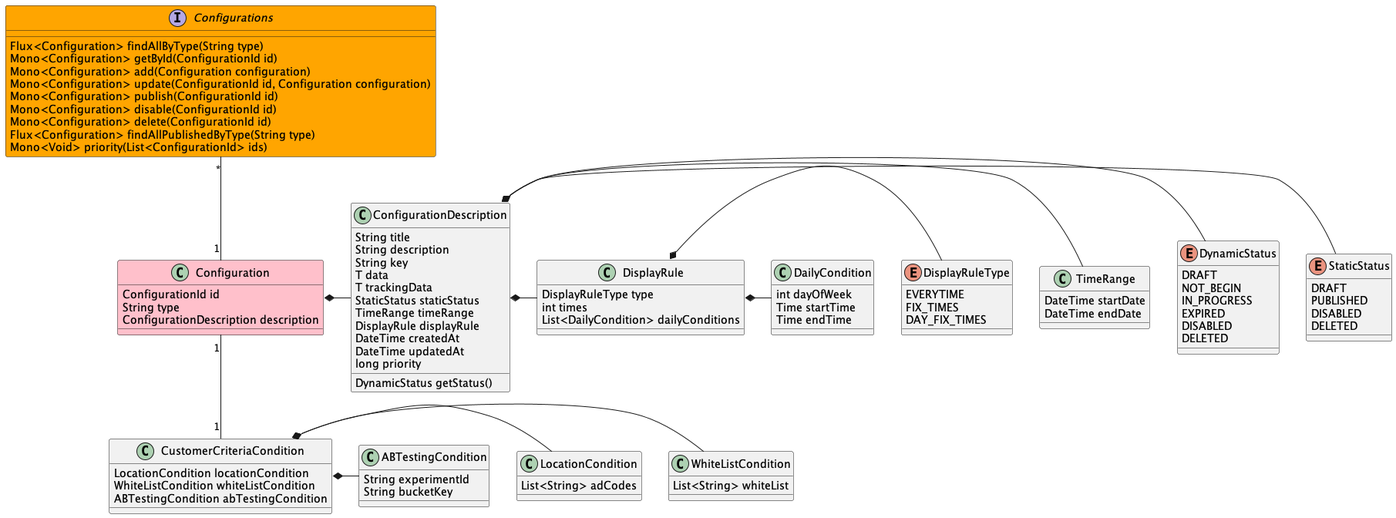
This is resource/domain-admin.png from pc-dong/app-provision, a PlantUML export, as it was before one commit. The source it was exported from:
```plantuml
@startuml

interface Configurations #orange {
    Flux<Configuration> findAllByType(String type)
    Mono<Configuration> getById(ConfigurationId id)
    Mono<Configuration> add(Configuration configuration)
    Mono<Configuration> update(ConfigurationId id, Configuration configuration)
    Mono<Configuration> publish(ConfigurationId id)
    Mono<Configuration> disable(ConfigurationId id)
    Mono<Configuration> delete(ConfigurationId id)
    Flux<Configuration> findAllPublishedByType(String type)
    Mono<Void> priority(List<ConfigurationId> ids)
}



class Configuration #pink {
    ConfigurationId id
    String type
    ConfigurationDescription description
}

class CustomerCriteriaCondition {
    LocationCondition locationCondition
    WhiteListCondition whiteListCondition
    ABTestingCondition abTestingCondition
}



class WhiteListCondition {
    List<String> whiteList
}

class LocationCondition {
    List<String> adCodes
}

class ABTestingCondition {
    String experimentId
    String bucketKey
}

class ConfigurationDescription {
    String title
    String description
    String key
    T data
    T trackingData
    StaticStatus staticStatus
    TimeRange timeRange
    DisplayRule displayRule
    DateTime createdAt
    DateTime updatedAt
    long priority

    DynamicStatus getStatus()
}

class DisplayRule {
    DisplayRuleType type
    int times
    List<DailyCondition> dailyConditions
}

enum DisplayRuleType {
    EVERYTIME
    FIX_TIMES
    DAY_FIX_TIMES
}

class DailyCondition {
    int dayOfWeek
    Time startTime
    Time endTime
}

class TimeRange {
    DateTime startDate
    DateTime endDate
}

enum StaticStatus {
    DRAFT
    PUBLISHED
    DISABLED
    DELETED
}

enum DynamicStatus {
    DRAFT
    NOT_BEGIN
    IN_PROGRESS
    EXPIRED
    DISABLED
    DELETED
}

CustomerCriteriaCondition *- WhiteListCondition
CustomerCriteriaCondition *- LocationCondition
CustomerCriteriaCondition *- ABTestingCondition

Configurations "*" -- "1" Configuration
Configuration *- ConfigurationDescription
Configuration "1" -- "1" CustomerCriteriaCondition

ConfigurationDescription *- StaticStatus
ConfigurationDescription o- DynamicStatus
ConfigurationDescription *- TimeRange
ConfigurationDescription *- DisplayRule
DisplayRule *- DisplayRuleType
DisplayRule *- DailyCondition




@enduml
```
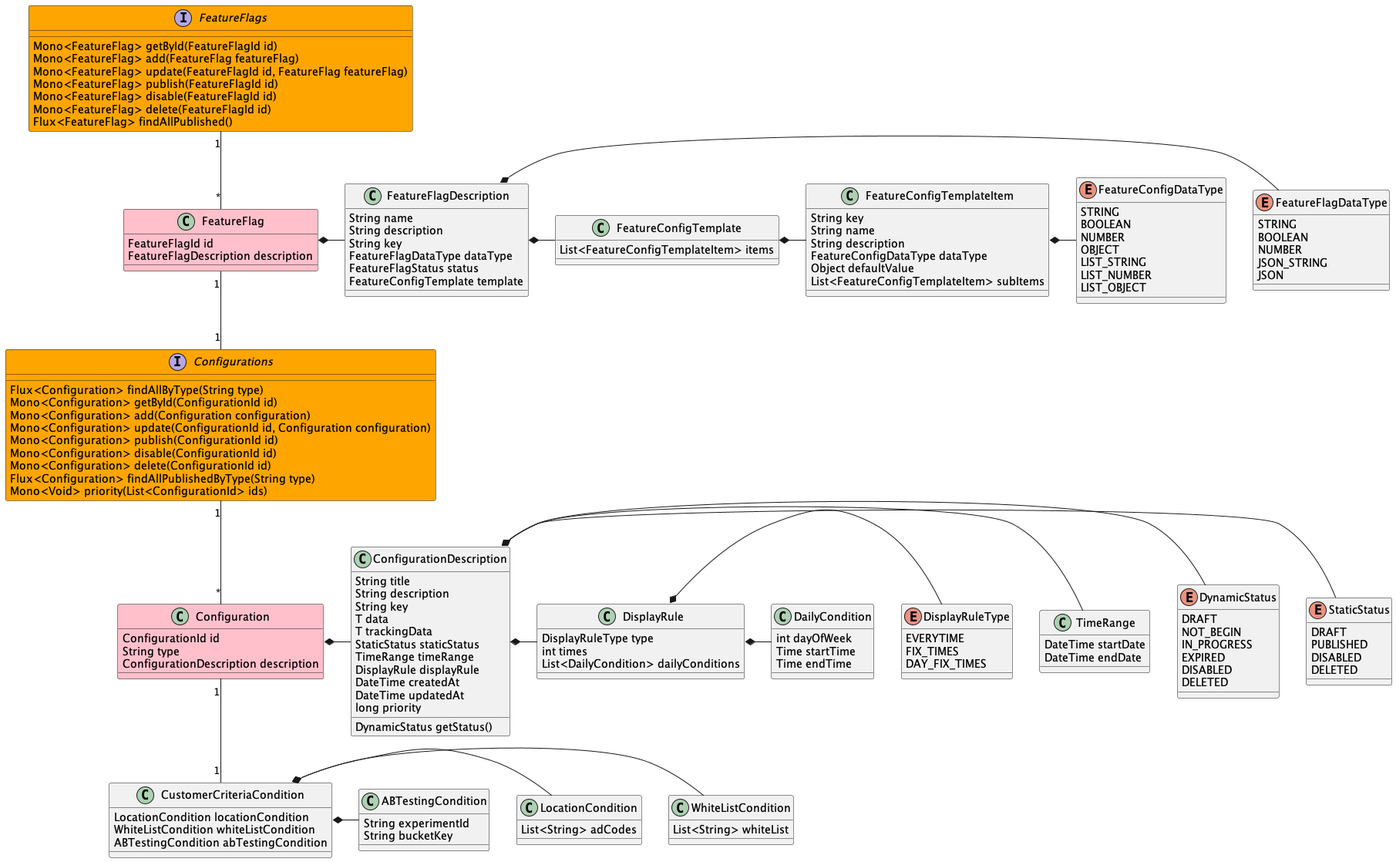
Later version of the same file.

Commit message:
admin diagram add FeatureFlag

Change to the diagram source:
```diff
@@ -11,7 +11,6 @@
     Flux<Configuration> findAllPublishedByType(String type)
     Mono<Void> priority(List<ConfigurationId> ids)
 }
-
 
 
 class Configuration #pink {
@@ -100,7 +99,7 @@
 CustomerCriteriaCondition *- LocationCondition
 CustomerCriteriaCondition *- ABTestingCondition
 
-Configurations "*" -- "1" Configuration
+Configurations "1" -- "*" Configuration
 Configuration *- ConfigurationDescription
 Configuration "1" -- "1" CustomerCriteriaCondition
 
@@ -112,6 +111,67 @@
 DisplayRule *- DailyCondition
 
 
+interface FeatureFlags #orange {
+    Mono<FeatureFlag> getById(FeatureFlagId id)
+    Mono<FeatureFlag> add(FeatureFlag featureFlag)
+    Mono<FeatureFlag> update(FeatureFlagId id, FeatureFlag featureFlag)
+    Mono<FeatureFlag> publish(FeatureFlagId id)
+    Mono<FeatureFlag> disable(FeatureFlagId id)
+    Mono<FeatureFlag> delete(FeatureFlagId id)
+    Flux<FeatureFlag> findAllPublished()
+    }
 
+class FeatureFlag #pink {
+    FeatureFlagId id
+    FeatureFlagDescription description
+}
+
+class FeatureFlagDescription {
+    String name
+    String description
+    String key
+    FeatureFlagDataType dataType
+    FeatureFlagStatus status
+    FeatureConfigTemplate template
+}
+
+enum FeatureFlagDataType {
+    STRING
+    BOOLEAN
+    NUMBER
+    JSON_STRING
+    JSON
+}
+
+class FeatureConfigTemplate {
+    List<FeatureConfigTemplateItem> items
+}
+
+class FeatureConfigTemplateItem {
+    String key
+    String name
+    String description
+    FeatureConfigDataType dataType
+    Object defaultValue
+    List<FeatureConfigTemplateItem> subItems
+}
+
+enum FeatureConfigDataType {
+    STRING
+    BOOLEAN
+    NUMBER
+    OBJECT
+    LIST_STRING
+    LIST_NUMBER
+    LIST_OBJECT
+}
+
+FeatureFlags "1" -- "*" FeatureFlag
+FeatureFlag *- FeatureFlagDescription
+FeatureFlagDescription *- FeatureFlagDataType
+FeatureFlagDescription *- FeatureConfigTemplate
+FeatureConfigTemplate *- FeatureConfigTemplateItem
+FeatureConfigTemplateItem *- FeatureConfigDataType
+FeatureFlag "1" -- "1" Configurations
 
 @enduml
```
